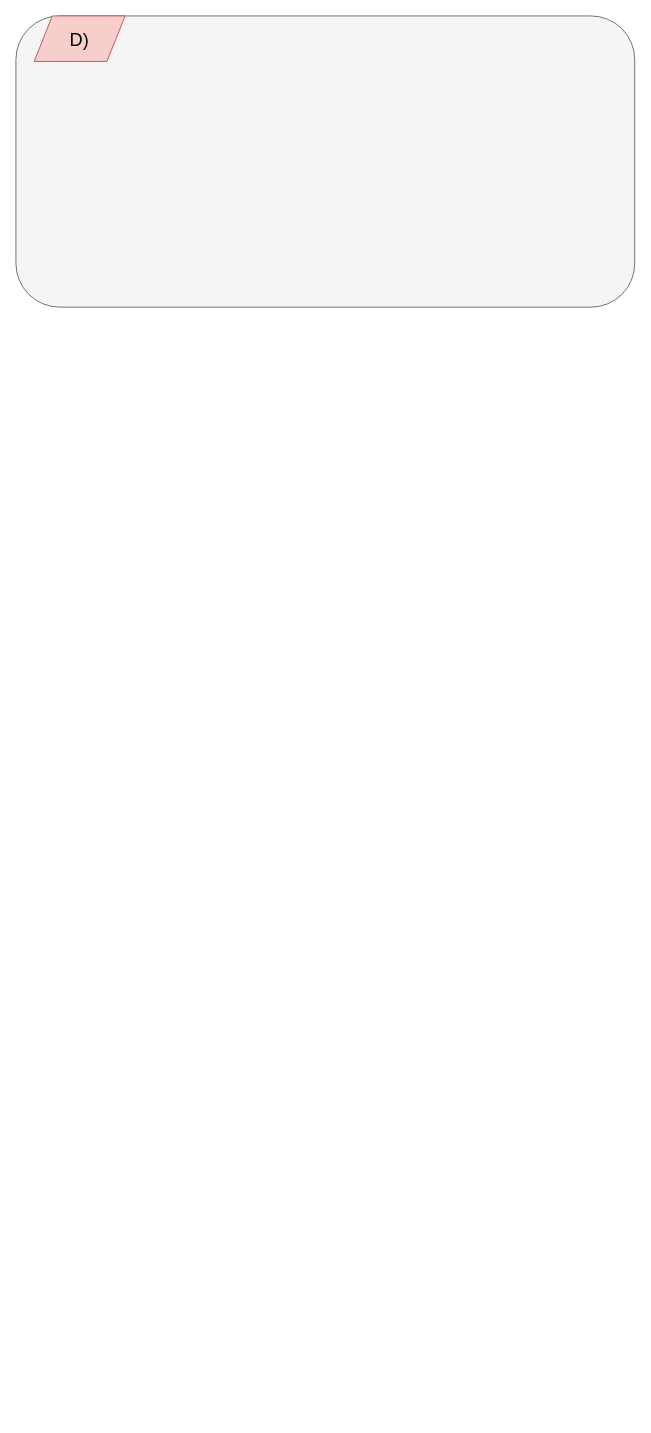
Earlier version of the draw.io diagram TP2/TP_2_UML_Exercice_4.drawio (Mzk-Ali/EXO_M2I_UML). Source tidied: cells renumbered, new cells numbered last; positions are measured from the earlier drawing's top-left corner, leaving out a move shared by most shapes. Both pictures are drawn from the tidied source at 91%, with x=0, y=0 at pixel (15, 15).
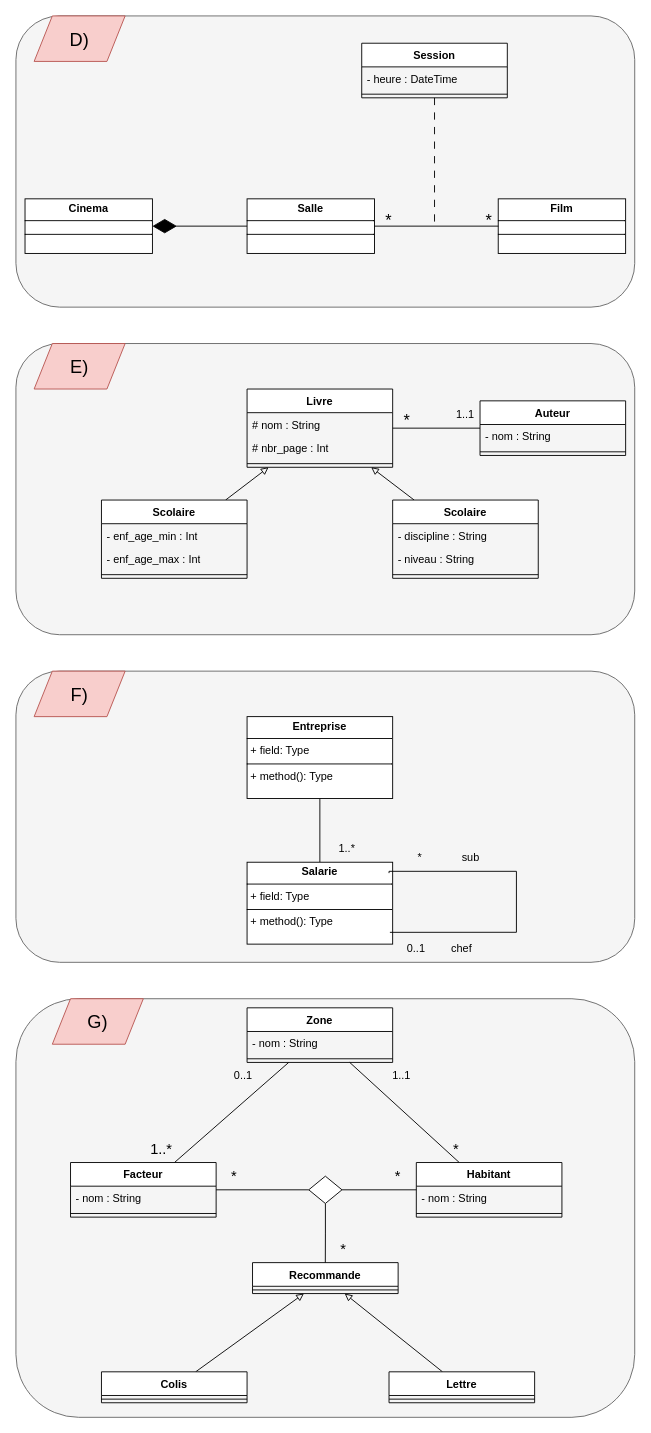
The same diagram, later.

Commit message:
Mettre à jour TP_2_UML_Exercice_4.drawio

Diff of the diagram source:
```diff
@@
+    <mxCell id="4" value="&lt;p style=&quot;margin:0px;margin-top:4px;text-align:center;&quot;&gt;&lt;b&gt;Cinema&lt;/b&gt;&lt;/p&gt;&lt;hr size=&quot;1&quot; style=&quot;border-style:solid;&quot;&gt;&lt;div style=&quot;height:2px;&quot;&gt;&lt;/div&gt;&lt;hr size=&quot;1&quot; style=&quot;border-style:solid;&quot;&gt;&lt;div style=&quot;height:2px;&quot;&gt;&lt;/div&gt;" style="verticalAlign=top;align=left;overflow=fill;html=1;whiteSpace=wrap;" parent="1" vertex="1">
+      <mxGeometry x="10" y="201" width="140" height="60" as="geometry" />
+    </mxCell>
+    <mxCell id="5" style="rounded=0;jettySize=auto;html=1;entryX=0;entryY=0.5;entryDx=0;entryDy=0;endArrow=none;startFill=0;" parent="1" edge="1" source="73" target="7">
+      <mxGeometry relative="1" as="geometry" />
+    </mxCell>
+    <mxCell id="6" value="&lt;p style=&quot;margin:0px;margin-top:4px;text-align:center;&quot;&gt;&lt;b&gt;Salle&lt;/b&gt;&lt;/p&gt;&lt;hr size=&quot;1&quot; style=&quot;border-style:solid;&quot;&gt;&lt;div style=&quot;height:2px;&quot;&gt;&lt;/div&gt;&lt;hr size=&quot;1&quot; style=&quot;border-style:solid;&quot;&gt;&lt;div style=&quot;height:2px;&quot;&gt;&lt;/div&gt;" style="verticalAlign=top;align=left;overflow=fill;html=1;whiteSpace=wrap;" parent="1" vertex="1">
+      <mxGeometry x="254" y="201" width="140" height="60" as="geometry" />
+    </mxCell>
+    <mxCell id="7" value="&lt;p style=&quot;margin:0px;margin-top:4px;text-align:center;&quot;&gt;&lt;b&gt;Film&lt;/b&gt;&lt;/p&gt;&lt;hr size=&quot;1&quot; style=&quot;border-style:solid;&quot;&gt;&lt;div style=&quot;height:2px;&quot;&gt;&lt;/div&gt;&lt;hr size=&quot;1&quot; style=&quot;border-style:solid;&quot;&gt;&lt;div style=&quot;height:2px;&quot;&gt;&lt;/div&gt;" style="verticalAlign=top;align=left;overflow=fill;html=1;whiteSpace=wrap;" parent="1" vertex="1">
+      <mxGeometry x="530" y="201" width="140" height="60" as="geometry" />
+    </mxCell>
+    <mxCell id="8" style="rounded=1;whiteSpace=wrap;html=1;fillColor=#f5f5f5;fontColor=#333333;strokeColor=#666666;" parent="1" vertex="1">
+      <mxGeometry y="360" width="680" height="320" as="geometry" />
+    </mxCell>
+    <mxCell id="9" value="&lt;font style=&quot;font-size: 20px;&quot;&gt;E)&lt;/font&gt;" style="shape=parallelogram;perimeter=parallelogramPerimeter;whiteSpace=wrap;html=1;fixedSize=1;fillColor=#f8cecc;strokeColor=#b85450;" parent="1" vertex="1">
+      <mxGeometry x="20" y="360" width="100" height="50" as="geometry" />
+    </mxCell>
+    <mxCell id="10" style="rounded=1;whiteSpace=wrap;html=1;fillColor=#f5f5f5;fontColor=#333333;strokeColor=#666666;" parent="1" vertex="1">
+      <mxGeometry y="720" width="680" height="320" as="geometry" />
+    </mxCell>
+    <mxCell id="11" value="&lt;font style=&quot;font-size: 20px;&quot;&gt;F)&lt;/font&gt;" style="shape=parallelogram;perimeter=parallelogramPerimeter;whiteSpace=wrap;html=1;fixedSize=1;fillColor=#f8cecc;strokeColor=#b85450;" parent="1" vertex="1">
+      <mxGeometry x="20" y="720" width="100" height="50" as="geometry" />
+    </mxCell>
+    <mxCell id="12" style="rounded=1;whiteSpace=wrap;html=1;fillColor=#f5f5f5;fontColor=#333333;strokeColor=#666666;" parent="1" vertex="1">
+      <mxGeometry y="1080" width="680" height="460" as="geometry" />
+    </mxCell>
+    <mxCell id="13" value="&lt;font style=&quot;font-size: 20px;&quot;&gt;G)&lt;/font&gt;" style="shape=parallelogram;perimeter=parallelogramPerimeter;whiteSpace=wrap;html=1;fixedSize=1;fillColor=#f8cecc;strokeColor=#b85450;" parent="1" vertex="1">
+      <mxGeometry x="40" y="1080" width="100" height="50" as="geometry" />
+    </mxCell>
+    <mxCell id="14" style="rounded=0;jettySize=auto;html=1;endArrow=block;endFill=0;" parent="1" edge="1" source="15" target="32">
+      <mxGeometry relative="1" as="geometry" />
+    </mxCell>
+    <mxCell id="15" value="Scolaire" style="swimlane;fontStyle=1;align=center;verticalAlign=top;horizontal=1;startSize=26;whiteSpace=wrap;html=1;" parent="1" vertex="1">
+      <mxGeometry x="414" y="532" width="160" height="86" as="geometry" />
+    </mxCell>
+    <mxCell id="16" value="- discipline : String" style="text;strokeColor=none;fillColor=none;align=left;verticalAlign=top;spacingLeft=4;spacingRight=4;overflow=hidden;whiteSpace=wrap;html=1;" parent="15" vertex="1">
+      <mxGeometry y="26" width="160" height="26" as="geometry" />
+    </mxCell>
+    <mxCell id="17" value="- niveau : String" style="text;strokeColor=none;fillColor=none;align=left;verticalAlign=top;spacingLeft=4;spacingRight=4;overflow=hidden;whiteSpace=wrap;html=1;" parent="15" vertex="1">
+      <mxGeometry y="52" width="160" height="26" as="geometry" />
+    </mxCell>
+    <mxCell id="18" style="line;strokeWidth=1;fillColor=none;align=left;verticalAlign=middle;spacingTop=-1;spacingLeft=3;spacingRight=3;labelPosition=right;strokeColor=inherit;" parent="15" vertex="1">
+      <mxGeometry y="78" width="160" height="8" as="geometry" />
+    </mxCell>
+    <mxCell id="19" style="rounded=0;jettySize=auto;html=1;endArrow=block;endFill=0;" parent="1" edge="1" source="20" target="32">
+      <mxGeometry relative="1" as="geometry" />
+    </mxCell>
+    <mxCell id="20" value="Scolaire" style="swimlane;fontStyle=1;align=center;verticalAlign=top;horizontal=1;startSize=26;whiteSpace=wrap;html=1;" parent="1" vertex="1">
+      <mxGeometry x="94" y="532" width="160" height="86" as="geometry" />
+    </mxCell>
+    <mxCell id="21" value="- enf_age_min : Int" style="text;strokeColor=none;fillColor=none;align=left;verticalAlign=top;spacingLeft=4;spacingRight=4;overflow=hidden;whiteSpace=wrap;html=1;" parent="20" vertex="1">
+      <mxGeometry y="26" width="160" height="26" as="geometry" />
+    </mxCell>
+    <mxCell id="22" value="- enf_age_max : Int" style="text;strokeColor=none;fillColor=none;align=left;verticalAlign=top;spacingLeft=4;spacingRight=4;overflow=hidden;whiteSpace=wrap;html=1;" parent="20" vertex="1">
+      <mxGeometry y="52" width="160" height="26" as="geometry" />
+    </mxCell>
+    <mxCell id="23" style="line;strokeWidth=1;fillColor=none;align=left;verticalAlign=middle;spacingTop=-1;spacingLeft=3;spacingRight=3;labelPosition=right;strokeColor=inherit;" parent="20" vertex="1">
+      <mxGeometry y="78" width="160" height="8" as="geometry" />
+    </mxCell>
+    <mxCell id="24" style="rounded=0;jettySize=auto;html=1;entryX=0.5;entryY=0;entryDx=0;entryDy=0;endArrow=none;startFill=0;" parent="1" edge="1" source="25" target="26">
+      <mxGeometry relative="1" as="geometry" />
+    </mxCell>
+    <mxCell id="25" value="&lt;p style=&quot;margin:0px;margin-top:4px;text-align:center;&quot;&gt;&lt;b&gt;Entreprise&lt;/b&gt;&lt;/p&gt;&lt;hr size=&quot;1&quot; style=&quot;border-style:solid;&quot;&gt;&lt;p style=&quot;margin:0px;margin-left:4px;&quot;&gt;+ field: Type&lt;/p&gt;&lt;hr size=&quot;1&quot; style=&quot;border-style:solid;&quot;&gt;&lt;p style=&quot;margin:0px;margin-left:4px;&quot;&gt;+ method(): Type&lt;/p&gt;" style="verticalAlign=top;align=left;overflow=fill;html=1;whiteSpace=wrap;" parent="1" vertex="1">
+      <mxGeometry x="254" y="770" width="160" height="90" as="geometry" />
+    </mxCell>
+    <mxCell id="26" value="&lt;p style=&quot;margin:0px;margin-top:4px;text-align:center;&quot;&gt;&lt;b&gt;Salarie&lt;/b&gt;&lt;/p&gt;&lt;hr size=&quot;1&quot; style=&quot;border-style:solid;&quot;&gt;&lt;p style=&quot;margin:0px;margin-left:4px;&quot;&gt;+ field: Type&lt;/p&gt;&lt;hr size=&quot;1&quot; style=&quot;border-style:solid;&quot;&gt;&lt;p style=&quot;margin:0px;margin-left:4px;&quot;&gt;+ method(): Type&lt;/p&gt;" style="verticalAlign=top;align=left;overflow=fill;html=1;whiteSpace=wrap;" parent="1" vertex="1">
+      <mxGeometry x="254" y="930" width="160" height="90" as="geometry" />
+    </mxCell>
+    <mxCell id="27" style="rounded=0;jettySize=auto;html=1;endArrow=none;startFill=0;dashed=1;dashPattern=8 8;" parent="1" edge="1" source="28">
+      <mxGeometry relative="1" as="geometry">
+        <mxPoint x="460" y="230" as="targetPoint" />
+      </mxGeometry>
+    </mxCell>
+    <mxCell id="28" value="Session" style="swimlane;fontStyle=1;align=center;verticalAlign=top;horizontal=1;startSize=26;whiteSpace=wrap;html=1;" parent="1" vertex="1">
+      <mxGeometry x="380" y="30" width="160" height="60" as="geometry" />
+    </mxCell>
+    <mxCell id="29" value="- heure : DateTime&amp;nbsp;" style="text;strokeColor=none;fillColor=none;align=left;verticalAlign=top;spacingLeft=4;spacingRight=4;overflow=hidden;whiteSpace=wrap;html=1;" parent="28" vertex="1">
+      <mxGeometry y="26" width="160" height="26" as="geometry" />
+    </mxCell>
+    <mxCell id="30" style="line;strokeWidth=1;fillColor=none;align=left;verticalAlign=middle;spacingTop=-1;spacingLeft=3;spacingRight=3;labelPosition=right;strokeColor=inherit;" parent="28" vertex="1">
+      <mxGeometry y="52" width="160" height="8" as="geometry" />
+    </mxCell>
+    <mxCell id="31" style="edgeStyle=orthogonalEdgeStyle;rounded=0;jettySize=auto;html=1;endArrow=none;startFill=0;" parent="1" edge="1" source="32" target="74">
+      <mxGeometry relative="1" as="geometry" />
+    </mxCell>
+    <mxCell id="32" value="Livre" style="swimlane;fontStyle=1;align=center;verticalAlign=top;horizontal=1;startSize=26;whiteSpace=wrap;html=1;" parent="1" vertex="1">
+      <mxGeometry x="254" y="410" width="160" height="86" as="geometry" />
+    </mxCell>
+    <mxCell id="33" value="# nom : String&lt;div&gt;&lt;br&gt;&lt;/div&gt;" style="text;strokeColor=none;fillColor=none;align=left;verticalAlign=top;spacingLeft=4;spacingRight=4;overflow=hidden;whiteSpace=wrap;html=1;" parent="32" vertex="1">
+      <mxGeometry y="26" width="160" height="26" as="geometry" />
+    </mxCell>
+    <mxCell id="34" value="# nbr_page : Int" style="text;strokeColor=none;fillColor=none;align=left;verticalAlign=top;spacingLeft=4;spacingRight=4;overflow=hidden;whiteSpace=wrap;html=1;" parent="32" vertex="1">
+      <mxGeometry y="52" width="160" height="26" as="geometry" />
+    </mxCell>
+    <mxCell id="35" style="line;strokeWidth=1;fillColor=none;align=left;verticalAlign=middle;spacingTop=-1;spacingLeft=3;spacingRight=3;labelPosition=right;strokeColor=inherit;" parent="32" vertex="1">
+      <mxGeometry y="78" width="160" height="8" as="geometry" />
+    </mxCell>
+    <mxCell id="36" value="Recommande" style="swimlane;fontStyle=1;align=center;verticalAlign=top;horizontal=1;startSize=26;whiteSpace=wrap;html=1;" parent="1" vertex="1">
+      <mxGeometry x="260" y="1370" width="160" height="34" as="geometry" />
+    </mxCell>
+    <mxCell id="37" style="line;strokeWidth=1;fillColor=none;align=left;verticalAlign=middle;spacingTop=-1;spacingLeft=3;spacingRight=3;labelPosition=right;strokeColor=inherit;" parent="36" vertex="1">
+      <mxGeometry y="26" width="160" height="8" as="geometry" />
+    </mxCell>
+    <mxCell id="38" style="rounded=0;jettySize=auto;html=1;endArrow=block;endFill=0;" parent="1" edge="1" source="39" target="36">
+      <mxGeometry relative="1" as="geometry" />
+    </mxCell>
+    <mxCell id="39" value="Colis" style="swimlane;fontStyle=1;align=center;verticalAlign=top;horizontal=1;startSize=26;whiteSpace=wrap;html=1;" parent="1" vertex="1">
+      <mxGeometry x="94" y="1490" width="160" height="34" as="geometry" />
+    </mxCell>
+    <mxCell id="40" style="line;strokeWidth=1;fillColor=none;align=left;verticalAlign=middle;spacingTop=-1;spacingLeft=3;spacingRight=3;labelPosition=right;strokeColor=inherit;" parent="39" vertex="1">
+      <mxGeometry y="26" width="160" height="8" as="geometry" />
+    </mxCell>
+    <mxCell id="41" style="rounded=0;jettySize=auto;html=1;endArrow=block;endFill=0;" parent="1" edge="1" source="42" target="36">
+      <mxGeometry relative="1" as="geometry" />
+    </mxCell>
+    <mxCell id="42" value="Lettre" style="swimlane;fontStyle=1;align=center;verticalAlign=top;horizontal=1;startSize=26;whiteSpace=wrap;html=1;" parent="1" vertex="1">
+      <mxGeometry x="410" y="1490" width="160" height="34" as="geometry" />
+    </mxCell>
+    <mxCell id="43" style="line;strokeWidth=1;fillColor=none;align=left;verticalAlign=middle;spacingTop=-1;spacingLeft=3;spacingRight=3;labelPosition=right;strokeColor=inherit;" parent="42" vertex="1">
+      <mxGeometry y="26" width="160" height="8" as="geometry" />
+    </mxCell>
+    <mxCell id="44" value="Zone" style="swimlane;fontStyle=1;align=center;verticalAlign=top;horizontal=1;startSize=26;whiteSpace=wrap;html=1;" parent="1" vertex="1">
+      <mxGeometry x="254" y="1090" width="160" height="60" as="geometry" />
+    </mxCell>
+    <mxCell id="45" value="- nom : String" style="text;strokeColor=none;fillColor=none;align=left;verticalAlign=top;spacingLeft=4;spacingRight=4;overflow=hidden;whiteSpace=wrap;html=1;" parent="44" vertex="1">
+      <mxGeometry y="26" width="160" height="26" as="geometry" />
+    </mxCell>
+    <mxCell id="46" style="line;strokeWidth=1;fillColor=none;align=left;verticalAlign=middle;spacingTop=-1;spacingLeft=3;spacingRight=3;labelPosition=right;strokeColor=inherit;" parent="44" vertex="1">
+      <mxGeometry y="52" width="160" height="8" as="geometry" />
+    </mxCell>
+    <mxCell id="47" style="rounded=0;jettySize=auto;html=1;endArrow=none;startFill=0;" parent="1" edge="1" source="48" target="44">
+      <mxGeometry relative="1" as="geometry" />
+    </mxCell>
+    <mxCell id="48" value="Facteur" style="swimlane;fontStyle=1;align=center;verticalAlign=top;horizontal=1;startSize=26;whiteSpace=wrap;html=1;" parent="1" vertex="1">
+      <mxGeometry x="60" y="1260" width="160" height="60" as="geometry" />
+    </mxCell>
+    <mxCell id="49" value="- nom : String" style="text;strokeColor=none;fillColor=none;align=left;verticalAlign=top;spacingLeft=4;spacingRight=4;overflow=hidden;whiteSpace=wrap;html=1;" parent="48" vertex="1">
+      <mxGeometry y="26" width="160" height="26" as="geometry" />
+    </mxCell>
+    <mxCell id="50" style="line;strokeWidth=1;fillColor=none;align=left;verticalAlign=middle;spacingTop=-1;spacingLeft=3;spacingRight=3;labelPosition=right;strokeColor=inherit;" parent="48" vertex="1">
+      <mxGeometry y="52" width="160" height="8" as="geometry" />
+    </mxCell>
+    <mxCell id="51" style="rounded=0;jettySize=auto;html=1;endArrow=none;startFill=0;" parent="1" edge="1" source="52" target="44">
+      <mxGeometry relative="1" as="geometry" />
+    </mxCell>
+    <mxCell id="52" value="Habitant" style="swimlane;fontStyle=1;align=center;verticalAlign=top;horizontal=1;startSize=26;whiteSpace=wrap;html=1;" parent="1" vertex="1">
+      <mxGeometry x="440" y="1260" width="160" height="60" as="geometry" />
+    </mxCell>
+    <mxCell id="53" value="- nom : String" style="text;strokeColor=none;fillColor=none;align=left;verticalAlign=top;spacingLeft=4;spacingRight=4;overflow=hidden;whiteSpace=wrap;html=1;" parent="52" vertex="1">
+      <mxGeometry y="26" width="160" height="26" as="geometry" />
+    </mxCell>
+    <mxCell id="54" style="line;strokeWidth=1;fillColor=none;align=left;verticalAlign=middle;spacingTop=-1;spacingLeft=3;spacingRight=3;labelPosition=right;strokeColor=inherit;" parent="52" vertex="1">
+      <mxGeometry y="52" width="160" height="8" as="geometry" />
+    </mxCell>
+    <mxCell id="55" value="&lt;font style=&quot;font-size: 16px;&quot;&gt;1..*&lt;/font&gt;" style="text;html=1;align=center;verticalAlign=middle;whiteSpace=wrap;rounded=0;" parent="1" vertex="1">
+      <mxGeometry x="130" y="1230" width="60" height="30" as="geometry" />
+    </mxCell>
+    <mxCell id="56" value="0..1" style="text;html=1;align=center;verticalAlign=middle;whiteSpace=wrap;rounded=0;" parent="1" vertex="1">
+      <mxGeometry x="220" y="1150" width="60" height="30" as="geometry" />
+    </mxCell>
+    <mxCell id="57" value="1..1" style="text;html=1;align=center;verticalAlign=middle;whiteSpace=wrap;rounded=0;" parent="1" vertex="1">
+      <mxGeometry x="394" y="1150" width="60" height="30" as="geometry" />
+    </mxCell>
+    <mxCell id="58" value="&lt;font style=&quot;font-size: 16px;&quot;&gt;*&lt;/font&gt;" style="text;html=1;align=center;verticalAlign=middle;whiteSpace=wrap;rounded=0;" parent="1" vertex="1">
+      <mxGeometry x="454" y="1230" width="60" height="30" as="geometry" />
+    </mxCell>
+    <mxCell id="59" value="1..*" style="text;html=1;align=center;verticalAlign=middle;whiteSpace=wrap;rounded=0;" parent="1" vertex="1">
+      <mxGeometry x="334" y="900" width="60" height="30" as="geometry" />
+    </mxCell>
+    <mxCell id="60" style="edgeStyle=orthogonalEdgeStyle;rounded=0;orthogonalLoop=1;jettySize=auto;html=1;exitX=0.975;exitY=0.133;exitDx=0;exitDy=0;exitPerimeter=0;entryX=0.981;entryY=0.856;entryDx=0;entryDy=0;entryPerimeter=0;endArrow=none;startFill=0;" parent="1" edge="1" source="26" target="26">
+      <mxGeometry relative="1" as="geometry">
+        <Array as="points">
+          <mxPoint x="410" y="940" />
+          <mxPoint x="550" y="940" />
+          <mxPoint x="550" y="1007" />
+        </Array>
+      </mxGeometry>
+    </mxCell>
+    <mxCell id="61" value="*" style="text;html=1;align=center;verticalAlign=middle;whiteSpace=wrap;rounded=0;" parent="1" vertex="1">
+      <mxGeometry x="414" y="910" width="60" height="30" as="geometry" />
+    </mxCell>
+    <mxCell id="62" value="sub" style="text;html=1;align=center;verticalAlign=middle;whiteSpace=wrap;rounded=0;" parent="1" vertex="1">
+      <mxGeometry x="470" y="910" width="60" height="30" as="geometry" />
+    </mxCell>
+    <mxCell id="63" style="rounded=0;jettySize=auto;html=1;endArrow=none;startFill=0;" parent="1" edge="1" source="66" target="52">
+      <mxGeometry relative="1" as="geometry" />
+    </mxCell>
+    <mxCell id="64" style="rounded=0;jettySize=auto;html=1;endArrow=none;startFill=0;" parent="1" edge="1" source="66" target="48">
+      <mxGeometry relative="1" as="geometry" />
+    </mxCell>
+    <mxCell id="65" style="edgeStyle=orthogonalEdgeStyle;rounded=0;jettySize=auto;html=1;entryX=0.5;entryY=0;entryDx=0;entryDy=0;endArrow=none;startFill=0;" parent="1" edge="1" source="66" target="36">
+      <mxGeometry relative="1" as="geometry" />
+    </mxCell>
+    <mxCell id="66" style="rhombus;whiteSpace=wrap;html=1;" parent="1" vertex="1">
+      <mxGeometry x="321.8" y="1275" width="36.5" height="30" as="geometry" />
+    </mxCell>
+    <mxCell id="67" value="&lt;font style=&quot;font-size: 16px;&quot;&gt;*&lt;/font&gt;" style="text;html=1;align=center;verticalAlign=middle;whiteSpace=wrap;rounded=0;" parent="1" vertex="1">
+      <mxGeometry x="390" y="1260" width="60" height="30" as="geometry" />
+    </mxCell>
+    <mxCell id="68" value="&lt;font style=&quot;font-size: 16px;&quot;&gt;*&lt;/font&gt;" style="text;html=1;align=center;verticalAlign=middle;whiteSpace=wrap;rounded=0;" parent="1" vertex="1">
+      <mxGeometry x="210" y="1260" width="60" height="30" as="geometry" />
+    </mxCell>
+    <mxCell id="69" value="&lt;font style=&quot;font-size: 16px;&quot;&gt;*&lt;/font&gt;" style="text;html=1;align=center;verticalAlign=middle;whiteSpace=wrap;rounded=0;" parent="1" vertex="1">
+      <mxGeometry x="330" y="1340" width="60" height="30" as="geometry" />
+    </mxCell>
+    <mxCell id="70" style="endArrow=diamondThin;endFill=1;endSize=24;html=1;rounded=0;entryX=1;entryY=0.5;entryDx=0;entryDy=0;exitX=0;exitY=0.5;exitDx=0;exitDy=0;" parent="1" edge="1" source="6" target="4">
+      <mxGeometry relative="1" as="geometry" />
+    </mxCell>
+    <mxCell id="71" value="&lt;font style=&quot;font-size: 18px;&quot;&gt;*&lt;/font&gt;" style="text;html=1;align=center;verticalAlign=middle;whiteSpace=wrap;rounded=0;" parent="1" vertex="1">
+      <mxGeometry x="380" y="210" width="60" height="30" as="geometry" />
+    </mxCell>
+    <mxCell id="72" style="rounded=0;jettySize=auto;html=1;endArrow=none;startFill=0;" parent="1" edge="1" source="6" target="7">
+      <mxGeometry relative="1" as="geometry" />
+    </mxCell>
+    <mxCell id="73" value="&lt;font style=&quot;font-size: 18px;&quot;&gt;*&lt;/font&gt;" style="text;html=1;align=center;verticalAlign=middle;whiteSpace=wrap;rounded=0;" parent="1" vertex="1">
+      <mxGeometry x="490" y="210" width="60" height="30" as="geometry" />
+    </mxCell>
+    <mxCell id="74" value="Auteur" style="swimlane;fontStyle=1;align=center;verticalAlign=top;horizontal=1;startSize=26;whiteSpace=wrap;html=1;" parent="1" vertex="1">
+      <mxGeometry x="510" y="423" width="160" height="60" as="geometry" />
+    </mxCell>
+    <mxCell id="75" value="- nom : String" style="text;strokeColor=none;fillColor=none;align=left;verticalAlign=top;spacingLeft=4;spacingRight=4;overflow=hidden;whiteSpace=wrap;html=1;" parent="74" vertex="1">
+      <mxGeometry y="26" width="160" height="26" as="geometry" />
+    </mxCell>
+    <mxCell id="76" style="line;strokeWidth=1;fillColor=none;align=left;verticalAlign=middle;spacingTop=-1;spacingLeft=3;spacingRight=3;labelPosition=right;strokeColor=inherit;" parent="74" vertex="1">
+      <mxGeometry y="52" width="160" height="8" as="geometry" />
+    </mxCell>
+    <mxCell id="77" value="&lt;font style=&quot;font-size: 18px;&quot;&gt;*&lt;/font&gt;" style="text;html=1;align=center;verticalAlign=middle;whiteSpace=wrap;rounded=0;" parent="1" vertex="1">
+      <mxGeometry x="400" y="430" width="60" height="30" as="geometry" />
+    </mxCell>
+    <mxCell id="78" value="1..1" style="text;html=1;align=center;verticalAlign=middle;whiteSpace=wrap;rounded=0;" parent="1" vertex="1">
+      <mxGeometry x="464" y="423" width="60" height="30" as="geometry" />
+    </mxCell>
+    <mxCell id="79" value="chef" style="text;html=1;align=center;verticalAlign=middle;whiteSpace=wrap;rounded=0;" parent="1" vertex="1">
+      <mxGeometry x="460" y="1010" width="60" height="30" as="geometry" />
+    </mxCell>
+    <mxCell id="80" value="0..1" style="text;html=1;align=center;verticalAlign=middle;whiteSpace=wrap;rounded=0;" parent="1" vertex="1">
+      <mxGeometry x="410" y="1010" width="60" height="30" as="geometry" />
+    </mxCell>
```
